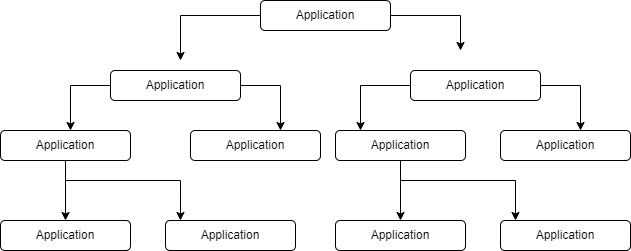
Above: App-Engine-Component-Hierarchy.drawio.png in pyvivid/gcp-refs (draw.io), before the change. Source tidied: cells renumbered, new cells last; positions are measured from the earlier drawing's top-left corner, leaving out a move shared by most shapes. Its diagram source:
```xml
<mxGraphModel>
  <root>
    <mxCell id="0" />
    <mxCell id="1" parent="0" />
    <mxCell id="2" style="edgeStyle=orthogonalEdgeStyle;rounded=0;jettySize=auto;html=1;" parent="1" edge="1" source="4">
      <mxGeometry relative="1" as="geometry">
        <mxPoint x="180" y="60" as="targetPoint" />
      </mxGeometry>
    </mxCell>
    <mxCell id="3" style="edgeStyle=orthogonalEdgeStyle;rounded=0;jettySize=auto;html=1;" parent="1" edge="1" source="4">
      <mxGeometry relative="1" as="geometry">
        <mxPoint x="460" y="50" as="targetPoint" />
      </mxGeometry>
    </mxCell>
    <mxCell id="4" value="Application" style="rounded=1;whiteSpace=wrap;html=1;" parent="1" vertex="1">
      <mxGeometry x="260" width="130" height="30" as="geometry" />
    </mxCell>
    <mxCell id="5" style="edgeStyle=orthogonalEdgeStyle;rounded=0;jettySize=auto;html=1;" parent="1" edge="1" source="7">
      <mxGeometry relative="1" as="geometry">
        <mxPoint x="70" y="130" as="targetPoint" />
      </mxGeometry>
    </mxCell>
    <mxCell id="6" style="edgeStyle=orthogonalEdgeStyle;rounded=0;jettySize=auto;html=1;" parent="1" edge="1" source="7">
      <mxGeometry relative="1" as="geometry">
        <mxPoint x="280" y="130" as="targetPoint" />
      </mxGeometry>
    </mxCell>
    <mxCell id="7" value="Application" style="rounded=1;whiteSpace=wrap;html=1;" parent="1" vertex="1">
      <mxGeometry x="110" y="70" width="130" height="30" as="geometry" />
    </mxCell>
    <mxCell id="8" style="edgeStyle=orthogonalEdgeStyle;rounded=0;jettySize=auto;html=1;" parent="1" edge="1" source="10">
      <mxGeometry relative="1" as="geometry">
        <mxPoint x="580" y="130" as="targetPoint" />
      </mxGeometry>
    </mxCell>
    <mxCell id="9" style="edgeStyle=orthogonalEdgeStyle;rounded=0;jettySize=auto;html=1;" parent="1" edge="1" source="10">
      <mxGeometry relative="1" as="geometry">
        <mxPoint x="360" y="130" as="targetPoint" />
      </mxGeometry>
    </mxCell>
    <mxCell id="10" value="Application" style="rounded=1;whiteSpace=wrap;html=1;" parent="1" vertex="1">
      <mxGeometry x="410" y="70" width="130" height="30" as="geometry" />
    </mxCell>
    <mxCell id="11" style="edgeStyle=orthogonalEdgeStyle;rounded=0;jettySize=auto;html=1;entryX=0.5;entryY=0;entryDx=0;entryDy=0;" parent="1" edge="1" source="13" target="17">
      <mxGeometry relative="1" as="geometry" />
    </mxCell>
    <mxCell id="12" style="edgeStyle=orthogonalEdgeStyle;rounded=0;jettySize=auto;html=1;entryX=0.115;entryY=0;entryDx=0;entryDy=0;entryPerimeter=0;" parent="1" edge="1" source="13" target="18">
      <mxGeometry relative="1" as="geometry">
        <Array as="points">
          <mxPoint x="65" y="180" />
          <mxPoint x="180" y="180" />
        </Array>
      </mxGeometry>
    </mxCell>
    <mxCell id="13" value="Application" style="rounded=1;whiteSpace=wrap;html=1;" parent="1" vertex="1">
      <mxGeometry y="130" width="130" height="30" as="geometry" />
    </mxCell>
    <mxCell id="14" value="Application" style="rounded=1;whiteSpace=wrap;html=1;" parent="1" vertex="1">
      <mxGeometry x="190" y="130" width="130" height="30" as="geometry" />
    </mxCell>
    <mxCell id="15" value="Application" style="rounded=1;whiteSpace=wrap;html=1;" parent="1" vertex="1">
      <mxGeometry x="500" y="130" width="130" height="30" as="geometry" />
    </mxCell>
    <mxCell id="16" value="Application" style="rounded=1;whiteSpace=wrap;html=1;" parent="1" vertex="1">
      <mxGeometry x="335" y="130" width="130" height="30" as="geometry" />
    </mxCell>
    <mxCell id="17" value="Application" style="rounded=1;whiteSpace=wrap;html=1;" parent="1" vertex="1">
      <mxGeometry y="220" width="130" height="30" as="geometry" />
    </mxCell>
    <mxCell id="18" value="Application" style="rounded=1;whiteSpace=wrap;html=1;" parent="1" vertex="1">
      <mxGeometry x="165" y="220" width="130" height="30" as="geometry" />
    </mxCell>
    <mxCell id="19" value="Application" style="rounded=1;whiteSpace=wrap;html=1;" parent="1" vertex="1">
      <mxGeometry x="335" y="220" width="130" height="30" as="geometry" />
    </mxCell>
    <mxCell id="20" value="Application" style="rounded=1;whiteSpace=wrap;html=1;" parent="1" vertex="1">
      <mxGeometry x="500" y="220" width="130" height="30" as="geometry" />
    </mxCell>
    <mxCell id="21" style="edgeStyle=orthogonalEdgeStyle;rounded=0;orthogonalLoop=1;jettySize=auto;html=1;entryX=0.5;entryY=0;entryDx=0;entryDy=0;" parent="1" edge="1">
      <mxGeometry relative="1" as="geometry">
        <mxPoint x="400" y="160" as="sourcePoint" />
        <mxPoint x="400" y="220" as="targetPoint" />
      </mxGeometry>
    </mxCell>
    <mxCell id="22" style="edgeStyle=orthogonalEdgeStyle;rounded=0;orthogonalLoop=1;jettySize=auto;html=1;entryX=0.115;entryY=0;entryDx=0;entryDy=0;entryPerimeter=0;" parent="1" edge="1">
      <mxGeometry relative="1" as="geometry">
        <mxPoint x="400" y="160" as="sourcePoint" />
        <mxPoint x="515" y="220" as="targetPoint" />
        <Array as="points">
          <mxPoint x="400" y="180" />
          <mxPoint x="515" y="180" />
        </Array>
      </mxGeometry>
    </mxCell>
  </root>
</mxGraphModel>
```
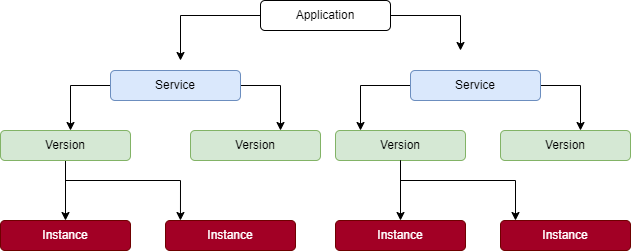
Later version of the same file.

Diff of the diagram source:
```diff
@@ -25,7 +25,7 @@
         <mxPoint x="280" y="130" as="targetPoint" />
       </mxGeometry>
     </mxCell>
-    <mxCell id="7" value="Application" style="rounded=1;whiteSpace=wrap;html=1;" parent="1" vertex="1">
+    <mxCell id="7" value="Service" style="rounded=1;whiteSpace=wrap;html=1;fillColor=#dae8fc;strokeColor=#6c8ebf;" parent="1" vertex="1">
       <mxGeometry x="110" y="70" width="130" height="30" as="geometry" />
     </mxCell>
     <mxCell id="8" style="edgeStyle=orthogonalEdgeStyle;rounded=0;jettySize=auto;html=1;" parent="1" edge="1" source="10">
@@ -38,7 +38,7 @@
         <mxPoint x="360" y="130" as="targetPoint" />
       </mxGeometry>
     </mxCell>
-    <mxCell id="10" value="Application" style="rounded=1;whiteSpace=wrap;html=1;" parent="1" vertex="1">
+    <mxCell id="10" value="Service" style="rounded=1;whiteSpace=wrap;html=1;fillColor=#dae8fc;strokeColor=#6c8ebf;" parent="1" vertex="1">
       <mxGeometry x="410" y="70" width="130" height="30" as="geometry" />
     </mxCell>
     <mxCell id="11" style="edgeStyle=orthogonalEdgeStyle;rounded=0;jettySize=auto;html=1;entryX=0.5;entryY=0;entryDx=0;entryDy=0;" parent="1" edge="1" source="13" target="17">
@@ -52,28 +52,28 @@
         </Array>
       </mxGeometry>
     </mxCell>
-    <mxCell id="13" value="Application" style="rounded=1;whiteSpace=wrap;html=1;" parent="1" vertex="1">
+    <mxCell id="13" value="Version" style="rounded=1;whiteSpace=wrap;html=1;fillColor=#d5e8d4;strokeColor=#82b366;" parent="1" vertex="1">
       <mxGeometry y="130" width="130" height="30" as="geometry" />
     </mxCell>
-    <mxCell id="14" value="Application" style="rounded=1;whiteSpace=wrap;html=1;" parent="1" vertex="1">
+    <mxCell id="14" value="Version" style="rounded=1;whiteSpace=wrap;html=1;fillColor=#d5e8d4;strokeColor=#82b366;" parent="1" vertex="1">
       <mxGeometry x="190" y="130" width="130" height="30" as="geometry" />
     </mxCell>
-    <mxCell id="15" value="Application" style="rounded=1;whiteSpace=wrap;html=1;" parent="1" vertex="1">
+    <mxCell id="15" value="Version" style="rounded=1;whiteSpace=wrap;html=1;fillColor=#d5e8d4;strokeColor=#82b366;" parent="1" vertex="1">
       <mxGeometry x="500" y="130" width="130" height="30" as="geometry" />
     </mxCell>
-    <mxCell id="16" value="Application" style="rounded=1;whiteSpace=wrap;html=1;" parent="1" vertex="1">
+    <mxCell id="16" value="Version" style="rounded=1;whiteSpace=wrap;html=1;fillColor=#d5e8d4;strokeColor=#82b366;" parent="1" vertex="1">
       <mxGeometry x="335" y="130" width="130" height="30" as="geometry" />
     </mxCell>
-    <mxCell id="17" value="Application" style="rounded=1;whiteSpace=wrap;html=1;" parent="1" vertex="1">
+    <mxCell id="17" value="Instance" style="rounded=1;whiteSpace=wrap;html=1;fillColor=#a20025;strokeColor=#6F0000;fontColor=#ffffff;" parent="1" vertex="1">
       <mxGeometry y="220" width="130" height="30" as="geometry" />
     </mxCell>
-    <mxCell id="18" value="Application" style="rounded=1;whiteSpace=wrap;html=1;" parent="1" vertex="1">
+    <mxCell id="18" value="Instance" style="rounded=1;whiteSpace=wrap;html=1;fillColor=#a20025;strokeColor=#6F0000;fontColor=#ffffff;" parent="1" vertex="1">
       <mxGeometry x="165" y="220" width="130" height="30" as="geometry" />
     </mxCell>
-    <mxCell id="19" value="Application" style="rounded=1;whiteSpace=wrap;html=1;" parent="1" vertex="1">
+    <mxCell id="19" value="Instance" style="rounded=1;whiteSpace=wrap;html=1;fillColor=#a20025;strokeColor=#6F0000;fontColor=#ffffff;" parent="1" vertex="1">
       <mxGeometry x="335" y="220" width="130" height="30" as="geometry" />
     </mxCell>
-    <mxCell id="20" value="Application" style="rounded=1;whiteSpace=wrap;html=1;" parent="1" vertex="1">
+    <mxCell id="20" value="Instance" style="rounded=1;whiteSpace=wrap;html=1;fillColor=#a20025;strokeColor=#6F0000;fontColor=#ffffff;" parent="1" vertex="1">
       <mxGeometry x="500" y="220" width="130" height="30" as="geometry" />
     </mxCell>
     <mxCell id="21" style="edgeStyle=orthogonalEdgeStyle;rounded=0;orthogonalLoop=1;jettySize=auto;html=1;entryX=0.5;entryY=0;entryDx=0;entryDy=0;" parent="1" edge="1">
```
